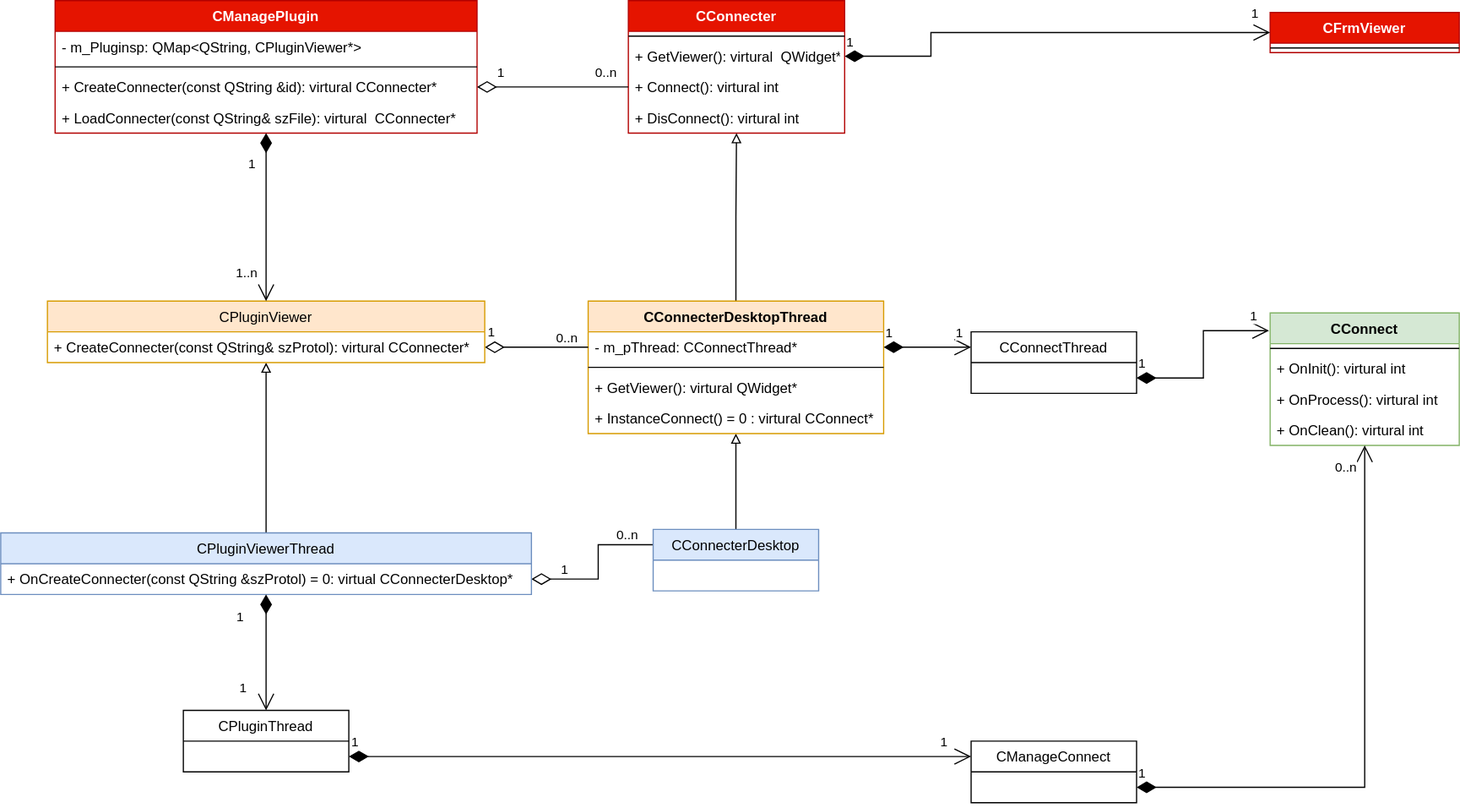
Before: docs/Image/PluginViewerAPI.svg, a diagram exported from draw.io (KangLin/RabbitRemoteControl). Source tidied: cells renumbered, new cells last; positions are measured from the earlier drawing's top-left corner, leaving out a move shared by most shapes.
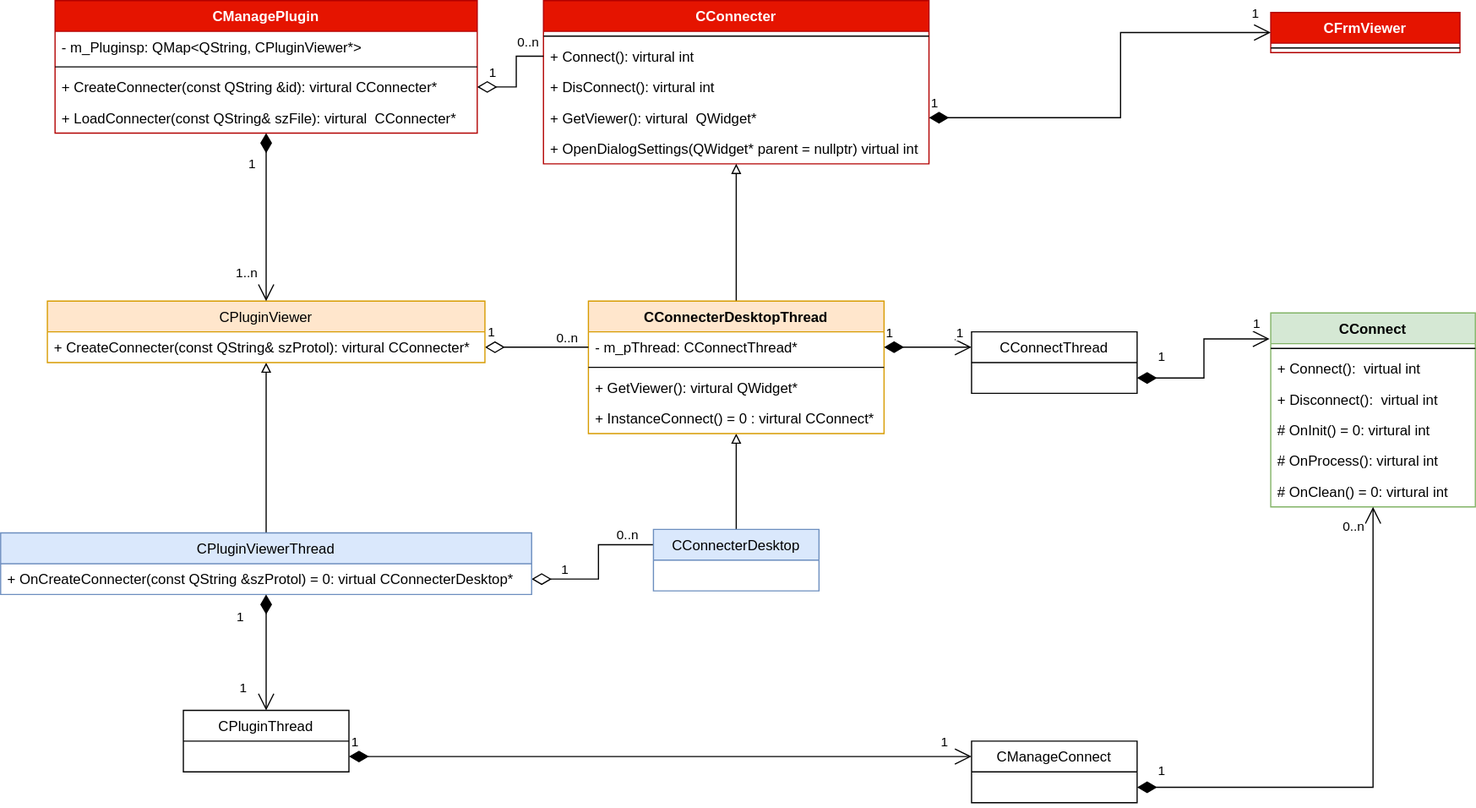
Later version of the same file.

What changed in the source:
```diff
@@ -18,20 +18,23 @@
       <mxGeometry y="86" width="357" height="26" as="geometry" />
     </mxCell>
     <mxCell id="7" value="CConnecter" style="swimlane;fontStyle=1;align=center;verticalAlign=top;horizontal=1;startSize=26;fillColor=#e51400;fontColor=#ffffff;strokeColor=#B20000;" parent="1" vertex="1">
-      <mxGeometry x="531" width="183" height="112" as="geometry" />
+      <mxGeometry x="459" width="326" height="138" as="geometry" />
     </mxCell>
     <mxCell id="8" style="line;strokeWidth=1;fillColor=none;align=left;verticalAlign=middle;spacingTop=-1;spacingLeft=3;spacingRight=3;labelPosition=right;" parent="7" vertex="1">
-      <mxGeometry y="26" width="183" height="8" as="geometry" />
+      <mxGeometry y="26" width="326" height="8" as="geometry" />
     </mxCell>
-    <mxCell id="9" value="+ GetViewer(): virtural  QWidget*" style="text;strokeColor=none;fillColor=none;align=left;verticalAlign=top;spacingLeft=4;spacingRight=4;overflow=hidden;points=[[0,0.5],[1,0.5]];portConstraint=eastwest;" parent="7" vertex="1">
-      <mxGeometry y="34" width="183" height="26" as="geometry" />
-    </mxCell>
     <mxCell id="10" value="+ Connect(): virtural int" style="text;strokeColor=none;fillColor=none;align=left;verticalAlign=top;spacingLeft=4;spacingRight=4;overflow=hidden;points=[[0,0.5],[1,0.5]];portConstraint=eastwest;" parent="7" vertex="1">
-      <mxGeometry y="60" width="183" height="26" as="geometry" />
+      <mxGeometry y="34" width="326" height="26" as="geometry" />
     </mxCell>
     <mxCell id="11" value="+ DisConnect(): virtural  int" style="text;strokeColor=none;fillColor=none;align=left;verticalAlign=top;spacingLeft=4;spacingRight=4;overflow=hidden;" parent="7" vertex="1">
-      <mxGeometry y="86" width="183" height="26" as="geometry" />
+      <mxGeometry y="60" width="326" height="26" as="geometry" />
     </mxCell>
+    <mxCell id="9" value="+ GetViewer(): virtural  QWidget*" style="text;strokeColor=none;fillColor=none;align=left;verticalAlign=top;spacingLeft=4;spacingRight=4;overflow=hidden;points=[[0,0.5],[1,0.5]];portConstraint=eastwest;" parent="7" vertex="1">
+      <mxGeometry y="86" width="326" height="26" as="geometry" />
+    </mxCell>
+    <mxCell id="58" value="+ OpenDialogSettings(QWidget* parent = nullptr) virtual int" style="text;strokeColor=none;fillColor=none;align=left;verticalAlign=top;spacingLeft=4;spacingRight=4;overflow=hidden;" parent="7" vertex="1">
+      <mxGeometry y="112" width="326" height="26" as="geometry" />
+    </mxCell>
     <mxCell id="12" style="edgeStyle=orthogonalEdgeStyle;rounded=0;jettySize=auto;html=1;entryX=0.5;entryY=1;entryDx=0;entryDy=0;endArrow=block;endFill=0;" parent="1" edge="1" source="14" target="7">
       <mxGeometry relative="1" as="geometry" />
     </mxCell>
@@ -60,19 +63,25 @@
       <mxGeometry y="26" width="160" height="8" as="geometry" />
     </mxCell>
     <mxCell id="21" value="CConnect" style="swimlane;fontStyle=1;align=center;verticalAlign=top;horizontal=1;startSize=26;fillColor=#d5e8d4;strokeColor=#82b366;" parent="1" vertex="1">
-      <mxGeometry x="1074" y="264" width="160" height="112" as="geometry" />
+      <mxGeometry x="1074" y="264" width="173" height="164" as="geometry" />
     </mxCell>
     <mxCell id="22" style="line;strokeWidth=1;fillColor=none;align=left;verticalAlign=middle;spacingTop=-1;spacingLeft=3;spacingRight=3;labelPosition=right;" parent="21" vertex="1">
-      <mxGeometry y="26" width="160" height="8" as="geometry" />
+      <mxGeometry y="26" width="173" height="8" as="geometry" />
     </mxCell>
+    <mxCell id="59" value="+ Connect():  virtual int" style="text;strokeColor=none;fillColor=none;align=left;verticalAlign=top;spacingLeft=4;spacingRight=4;overflow=hidden;" parent="21" vertex="1">
+      <mxGeometry y="34" width="173" height="26" as="geometry" />
+    </mxCell>
+    <mxCell id="60" value="+ Disconnect():  virtual int" style="text;strokeColor=none;fillColor=none;align=left;verticalAlign=top;spacingLeft=4;spacingRight=4;overflow=hidden;" parent="21" vertex="1">
+      <mxGeometry y="60" width="173" height="26" as="geometry" />
+    </mxCell>
-    <mxCell id="23" value="+ OnInit(): virtural  int" style="text;strokeColor=none;fillColor=none;align=left;verticalAlign=top;spacingLeft=4;spacingRight=4;overflow=hidden;" parent="21" vertex="1">
-      <mxGeometry y="34" width="160" height="26" as="geometry" />
+    <mxCell id="23" value="# OnInit() = 0: virtural  int" style="text;strokeColor=none;fillColor=none;align=left;verticalAlign=top;spacingLeft=4;spacingRight=4;overflow=hidden;" parent="21" vertex="1">
+      <mxGeometry y="86" width="173" height="26" as="geometry" />
     </mxCell>
-    <mxCell id="24" value="+ OnProcess(): virtural  int" style="text;strokeColor=none;fillColor=none;align=left;verticalAlign=top;spacingLeft=4;spacingRight=4;overflow=hidden;" parent="21" vertex="1">
-      <mxGeometry y="60" width="160" height="26" as="geometry" />
+    <mxCell id="24" value="# OnProcess(): virtural  int" style="text;strokeColor=none;fillColor=none;align=left;verticalAlign=top;spacingLeft=4;spacingRight=4;overflow=hidden;" parent="21" vertex="1">
+      <mxGeometry y="112" width="173" height="26" as="geometry" />
     </mxCell>
-    <mxCell id="25" value="+ OnClean(): virtural int" style="text;strokeColor=none;fillColor=none;align=left;verticalAlign=top;spacingLeft=4;spacingRight=4;overflow=hidden;" parent="21" vertex="1">
-      <mxGeometry y="86" width="160" height="26" as="geometry" />
+    <mxCell id="25" value="# OnClean() = 0: virtural int" style="text;strokeColor=none;fillColor=none;align=left;verticalAlign=top;spacingLeft=4;spacingRight=4;overflow=hidden;" parent="21" vertex="1">
+      <mxGeometry y="138" width="173" height="26" as="geometry" />
     </mxCell>
     <mxCell id="26" style="edgeStyle=orthogonalEdgeStyle;rounded=0;jettySize=auto;html=1;startArrow=diamondThin;startFill=0;endArrow=none;endFill=0;exitX=1;exitY=0.5;exitDx=0;exitDy=0;startSize=14;entryX=0;entryY=0.5;entryDx=0;entryDy=0;" parent="1" edge="1" source="31" target="15">
       <mxGeometry relative="1" as="geometry">
@@ -154,7 +163,7 @@
       </mxGeometry>
     </mxCell>
     <mxCell id="46" value="1" style="endArrow=open;html=1;endSize=12;startArrow=diamondThin;startSize=14;startFill=1;edgeStyle=orthogonalEdgeStyle;align=left;verticalAlign=bottom;rounded=0;exitX=1;exitY=0.75;exitDx=0;exitDy=0;" parent="1" edge="1" source="40" target="21">
-      <mxGeometry x="-1" y="3" relative="1" as="geometry" />
+      <mxGeometry x="-0.93" y="5" relative="1" as="geometry" />
     </mxCell>
     <mxCell id="47" value="&lt;div&gt;0..n&lt;/div&gt;" style="edgeLabel;html=1;align=center;verticalAlign=middle;" parent="46" vertex="1">
       <mxGeometry x="0.93" y="1" relative="1" as="geometry">
@@ -162,7 +171,7 @@
       </mxGeometry>
     </mxCell>
     <mxCell id="48" value="1" style="endArrow=open;html=1;endSize=12;startArrow=diamondThin;startSize=14;startFill=1;edgeStyle=orthogonalEdgeStyle;align=left;verticalAlign=bottom;rounded=0;exitX=1;exitY=0.75;exitDx=0;exitDy=0;entryX=-0.006;entryY=0.134;entryDx=0;entryDy=0;entryPerimeter=0;" parent="1" edge="1" source="32" target="21">
-      <mxGeometry x="-1" y="3" relative="1" as="geometry" />
+      <mxGeometry x="-0.78" y="9" relative="1" as="geometry" />
     </mxCell>
     <mxCell id="49" value="1" style="edgeLabel;html=1;align=center;verticalAlign=middle;" parent="48" vertex="1">
       <mxGeometry x="0.83" y="-2" relative="1" as="geometry">
@@ -172,8 +181,8 @@
     <mxCell id="50" value="1" style="endArrow=open;html=1;endSize=12;startArrow=diamondThin;startSize=14;startFill=1;edgeStyle=orthogonalEdgeStyle;align=left;verticalAlign=bottom;rounded=0;exitX=1;exitY=0.5;exitDx=0;exitDy=0;entryX=0;entryY=0.5;entryDx=0;entryDy=0;" parent="1" edge="1" source="9" target="19">
       <mxGeometry x="-1" y="3" relative="1" as="geometry">
         <Array as="points">
-          <mxPoint x="787" y="47" />
-          <mxPoint x="787" y="27" />
+          <mxPoint x="947" y="99" />
+          <mxPoint x="947" y="27" />
         </Array>
       </mxGeometry>
     </mxCell>
```
